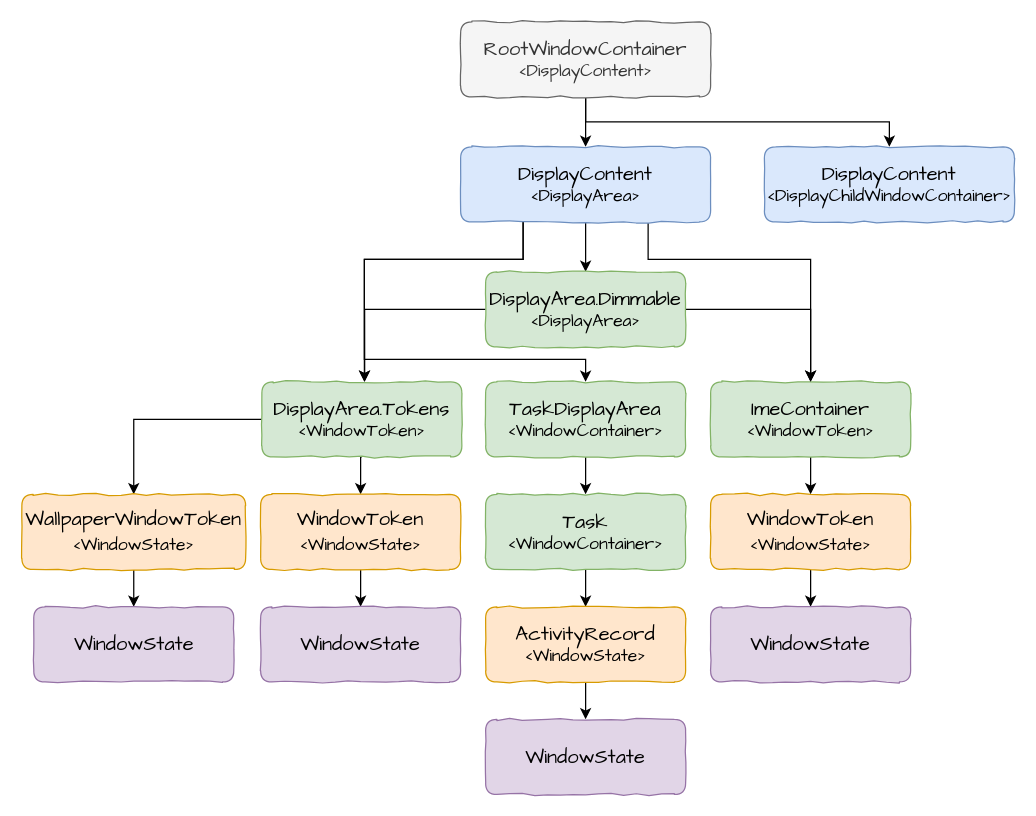
The draw.io diagram page "13容器" (2 of 8) of 11windowcontainer.drawio in YangYang48/drawio, before the edit. Source tidied: cells renumbered, new cells numbered last; positions are measured from the earlier drawing's top-left corner, leaving out a move shared by most shapes. Both pictures are drawn from the tidied source at 125%, with x=0, y=0 at pixel (21, 21).
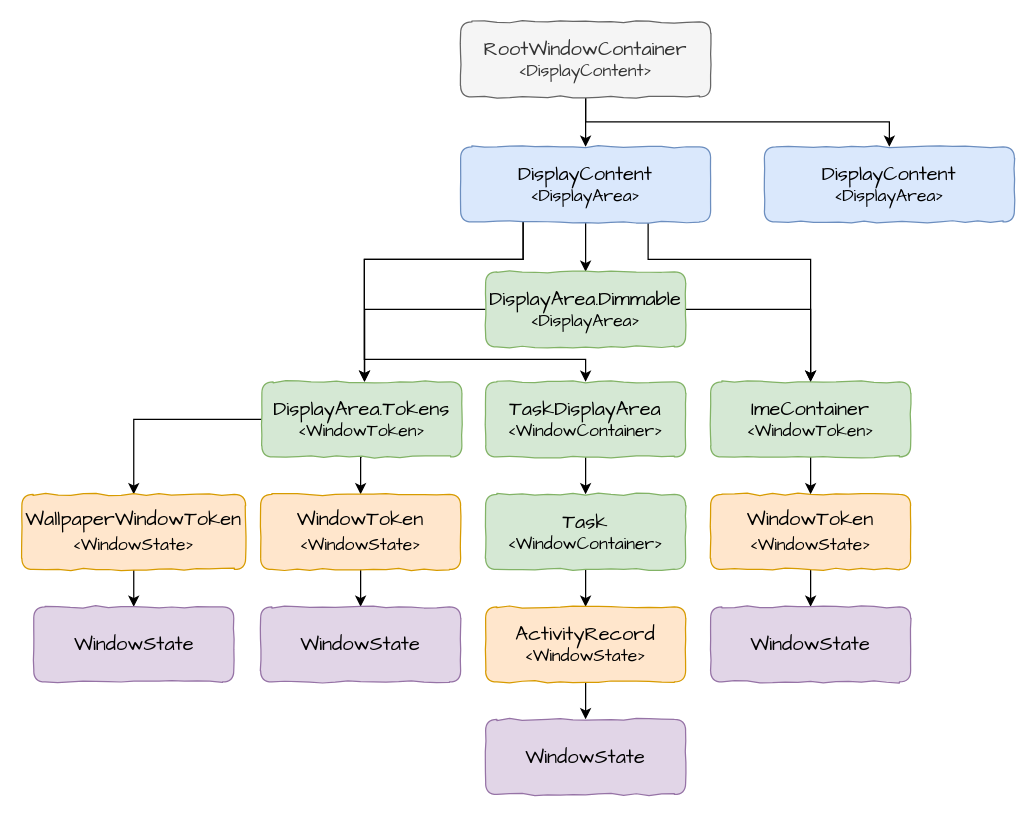
The same diagram, later.

The edit, as a diff of the source:
```diff
@@
-    <mxCell id="10" value="&lt;font style=&quot;&quot;&gt;&lt;font style=&quot;font-size: 16px;&quot;&gt;DisplayContent&lt;/font&gt;&lt;br&gt;&lt;span style=&quot;font-size: 14px;&quot;&gt;&amp;lt;DisplayChildWindowContainer&lt;/span&gt;&lt;span style=&quot;font-size: 14px; border-color: var(--border-color); background-color: initial;&quot;&gt;&amp;gt;&lt;/span&gt;&lt;br&gt;&lt;/font&gt;" style="rounded=1;whiteSpace=wrap;html=1;fillColor=#dae8fc;strokeColor=#6c8ebf;comic=1;fontFamily=Comic Sans MS;" parent="1" vertex="1">
+    <mxCell id="10" value="&lt;font style=&quot;&quot;&gt;&lt;font style=&quot;font-size: 16px;&quot;&gt;DisplayContent&lt;/font&gt;&lt;br&gt;&lt;span style=&quot;font-size: 14px;&quot;&gt;&amp;lt;&lt;/span&gt;&lt;span style=&quot;font-size: 14px; border-color: var(--border-color); background-color: initial;&quot;&gt;DisplayArea&amp;gt;&lt;/span&gt;&lt;br&gt;&lt;/font&gt;" style="rounded=1;whiteSpace=wrap;html=1;fillColor=#dae8fc;strokeColor=#6c8ebf;comic=1;fontFamily=Comic Sans MS;" parent="1" vertex="1">
       <mxGeometry x="594" y="100" width="200" height="60" as="geometry" />
     </mxCell>
```
